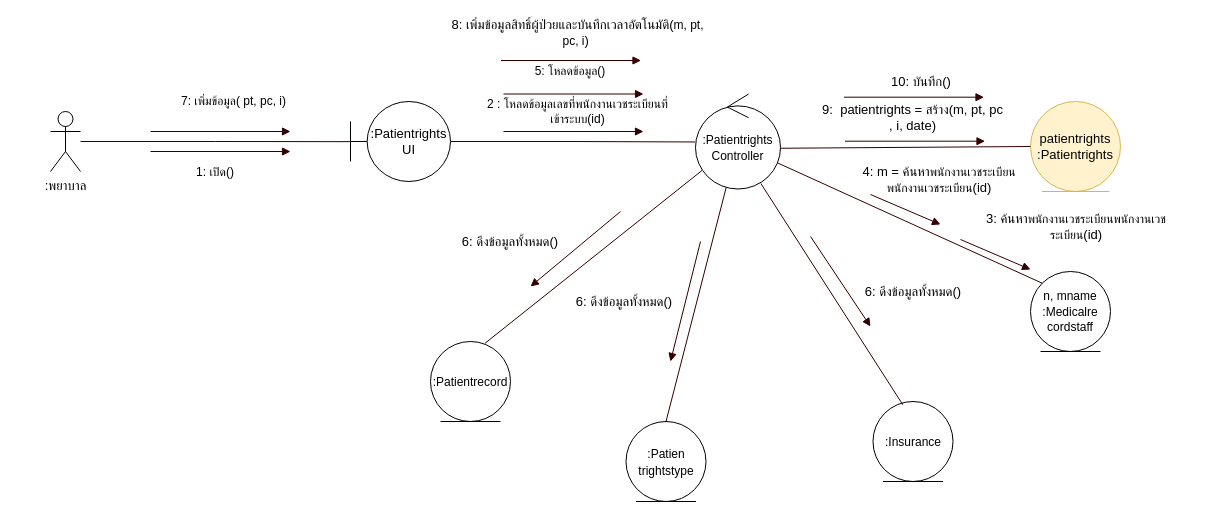
This is page "Communication Diagram" (1 of 3) of draw_io/b6103866.drawio from sut63/team10, a draw.io file, before an edit. Source tidied: cells renumbered, new cells numbered last; positions are measured from the earlier drawing's top-left corner, leaving out a move shared by most shapes. Both pictures are drawn from the tidied source at 100%, with x=0, y=0 at pixel (50, 22).
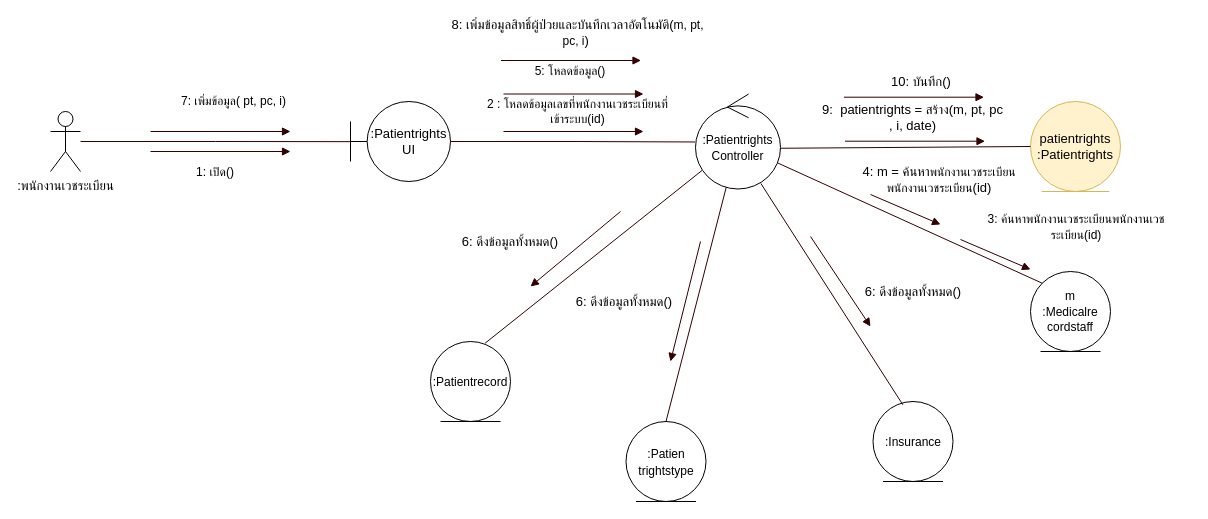
The same diagram, later.

Diff of the diagram source:
```diff
@@
-    <mxCell id="6" value="&lt;font style=&quot;font-size: 13px&quot;&gt;:พยาบาล&lt;/font&gt;" style="shape=umlActor;verticalLabelPosition=bottom;verticalAlign=top;html=1;" parent="1" vertex="1">
+    <mxCell id="6" value="&lt;font style=&quot;font-size: 13px&quot;&gt;:พนักงานเวชระเบียน&lt;/font&gt;" style="shape=umlActor;verticalLabelPosition=bottom;verticalAlign=top;html=1;" parent="1" vertex="1">
       <mxGeometry y="89" width="30" height="60" as="geometry" />
     </mxCell>
@@
-    <mxCell id="9" value="&lt;font style=&quot;font-size: 12px&quot;&gt;n, mname&lt;br&gt;:Medicalre&lt;br&gt;cordstaff&lt;/font&gt;" style="ellipse;shape=umlEntity;whiteSpace=wrap;html=1;fontSize=13;" parent="1" vertex="1">
+    <mxCell id="9" value="&lt;font style=&quot;font-size: 12px&quot;&gt;m&lt;br&gt;:Medicalre&lt;br&gt;cordstaff&lt;/font&gt;" style="ellipse;shape=umlEntity;whiteSpace=wrap;html=1;fontSize=13;" parent="1" vertex="1">
       <mxGeometry x="980" y="249" width="80" height="80" as="geometry" />
     </mxCell>
@@
-    <mxCell id="25" value="3: ค้นหา&lt;span style=&quot;font-size: 12px&quot;&gt;พนักงานเวชระเบียน&lt;/span&gt;&lt;span style=&quot;font-size: 12px&quot;&gt;พนักงานเวชระเบียน&lt;/span&gt;(id)" style="text;html=1;strokeColor=none;fillColor=none;align=center;verticalAlign=middle;whiteSpace=wrap;rounded=0;fontSize=13;" parent="1" vertex="1">
+    <mxCell id="25" value="&lt;font style=&quot;font-size: 12px&quot;&gt;3: ค้นหาพนักงานเวชระเบียนพนักงานเวชระเบียน(id)&lt;/font&gt;" style="text;html=1;strokeColor=none;fillColor=none;align=center;verticalAlign=middle;whiteSpace=wrap;rounded=0;fontSize=13;" parent="1" vertex="1">
       <mxGeometry x="912" y="194" width="228" height="20" as="geometry" />
     </mxCell>
```
